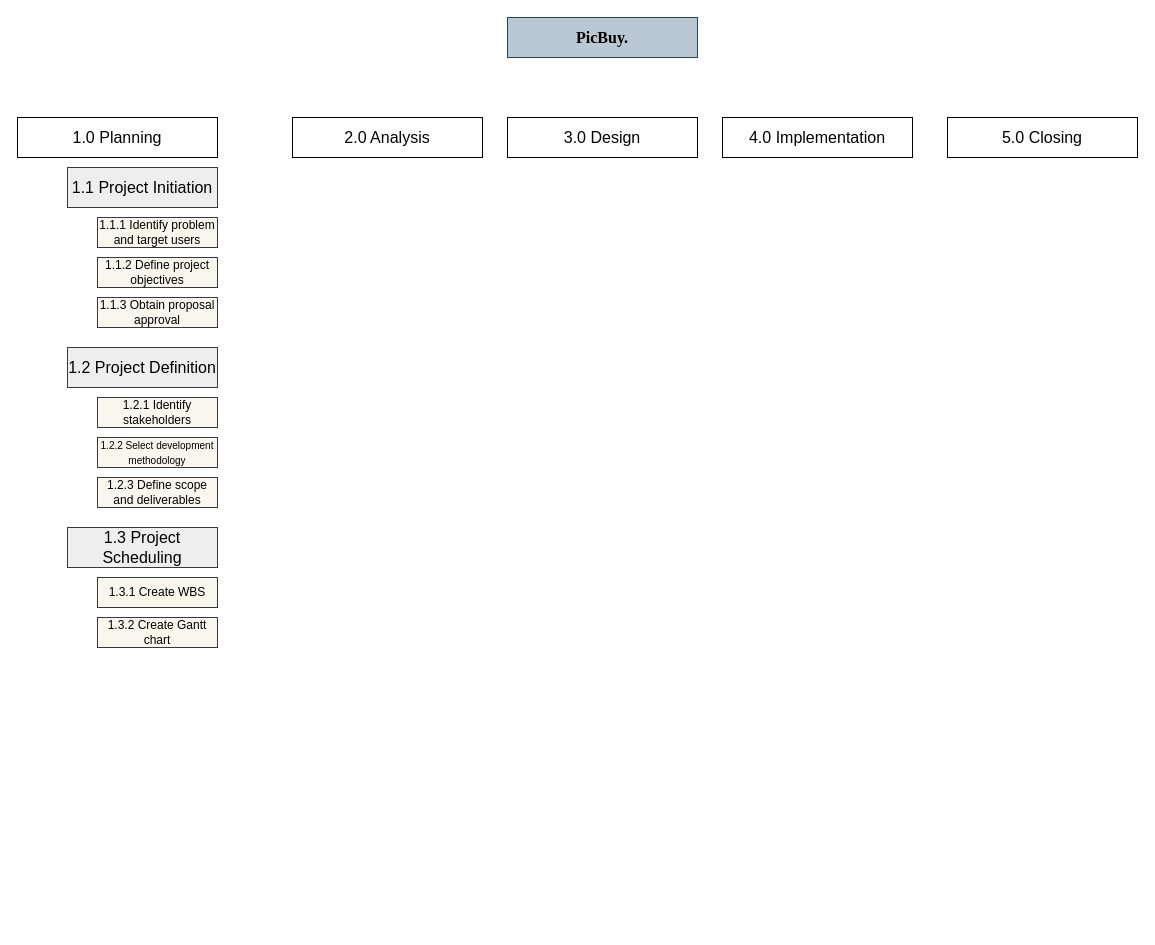
The draw.io diagram GP1-WBS.drawio in Ameerarmh/PicBuy, before the edit. Source tidied: cells renumbered, new cells numbered last; positions are measured from the earlier drawing's top-left corner, leaving out a move shared by most shapes. Both pictures are drawn from the tidied source at 100%, with x=0, y=0 at pixel (17, 17).
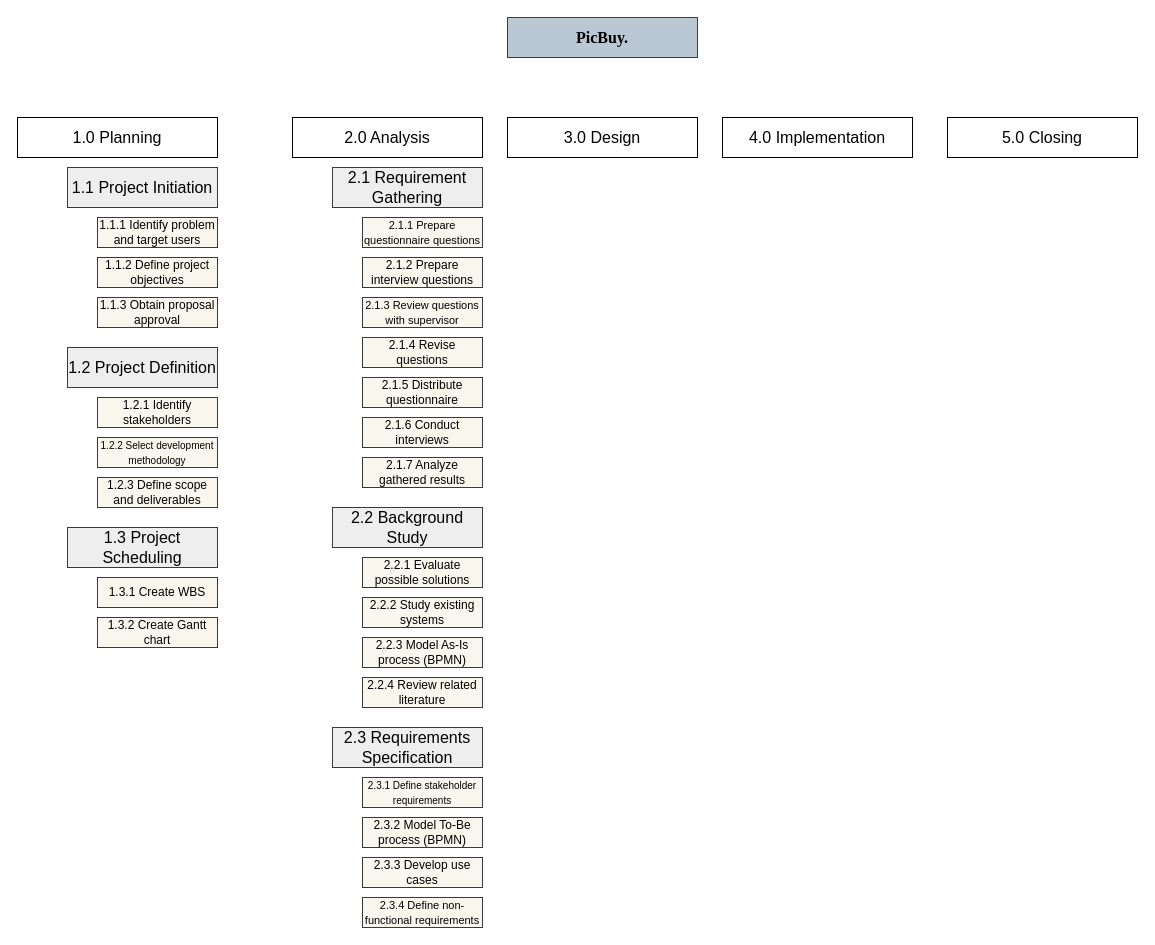
The same page after the edit.

What changed in the source:
```diff
@@
+    <mxCell id="19" value="&lt;span style=&quot;font-size: medium; text-align: start;&quot;&gt;2.2 Background Study&lt;/span&gt;" style="rounded=0;whiteSpace=wrap;html=1;fillColor=#eeeeee;strokeColor=#36393d;" parent="1" vertex="1">
+      <mxGeometry x="315" y="490" width="150" height="40" as="geometry" />
+    </mxCell>
+    <mxCell id="20" value="&lt;span style=&quot;font-size: medium; text-align: start;&quot;&gt;2.3 Requirements Specification&lt;/span&gt;" style="rounded=0;whiteSpace=wrap;html=1;fillColor=#eeeeee;strokeColor=#36393d;" parent="1" vertex="1">
+      <mxGeometry x="315" y="710" width="150" height="40" as="geometry" />
+    </mxCell>
+    <mxCell id="21" value="&lt;span style=&quot;font-size: medium; text-align: start;&quot;&gt;2.1 Requirement Gathering&lt;/span&gt;" style="rounded=0;whiteSpace=wrap;html=1;fillColor=#eeeeee;strokeColor=#36393d;" parent="1" vertex="1">
+      <mxGeometry x="315" y="150" width="150" height="40" as="geometry" />
+    </mxCell>
+    <mxCell id="22" value="&lt;span style=&quot;text-align: start;&quot;&gt;&lt;font&gt;2.1.7 Analyze gathered results&lt;/font&gt;&lt;/span&gt;" style="rounded=0;whiteSpace=wrap;html=1;fillColor=#f9f7ed;strokeColor=#36393d;" parent="1" vertex="1">
+      <mxGeometry x="345" y="440" width="120" height="30" as="geometry" />
+    </mxCell>
+    <mxCell id="23" value="&lt;span style=&quot;text-align: start;&quot;&gt;&lt;font&gt;2.1.6 Conduct interviews&lt;/font&gt;&lt;/span&gt;" style="rounded=0;whiteSpace=wrap;html=1;fillColor=#f9f7ed;strokeColor=#36393d;" parent="1" vertex="1">
+      <mxGeometry x="345" y="400" width="120" height="30" as="geometry" />
+    </mxCell>
+    <mxCell id="24" value="&lt;span style=&quot;text-align: start;&quot;&gt;&lt;font&gt;2.1.5 Distribute questionnaire&lt;/font&gt;&lt;/span&gt;" style="rounded=0;whiteSpace=wrap;html=1;fillColor=#f9f7ed;strokeColor=#36393d;" parent="1" vertex="1">
+      <mxGeometry x="345" y="360" width="120" height="30" as="geometry" />
+    </mxCell>
+    <mxCell id="25" value="&lt;span style=&quot;text-align: start;&quot;&gt;&lt;font&gt;2.1.4 Revise questions&lt;/font&gt;&lt;/span&gt;" style="rounded=0;whiteSpace=wrap;html=1;fillColor=#f9f7ed;strokeColor=#36393d;" parent="1" vertex="1">
+      <mxGeometry x="345" y="320" width="120" height="30" as="geometry" />
+    </mxCell>
+    <mxCell id="26" value="&lt;span style=&quot;text-align: start;&quot;&gt;&lt;font style=&quot;font-size: 11px;&quot;&gt;2.1.3 Review questions with supervisor&lt;/font&gt;&lt;/span&gt;" style="rounded=0;whiteSpace=wrap;html=1;fillColor=#f9f7ed;strokeColor=#36393d;" parent="1" vertex="1">
+      <mxGeometry x="345" y="280" width="120" height="30" as="geometry" />
+    </mxCell>
+    <mxCell id="27" value="&lt;span style=&quot;text-align: start;&quot;&gt;&lt;font&gt;2.1.2 Prepare interview questions&lt;/font&gt;&lt;/span&gt;" style="rounded=0;whiteSpace=wrap;html=1;fillColor=#f9f7ed;strokeColor=#36393d;" parent="1" vertex="1">
+      <mxGeometry x="345" y="240" width="120" height="30" as="geometry" />
+    </mxCell>
+    <mxCell id="28" value="&lt;span style=&quot;text-align: start;&quot;&gt;&lt;font style=&quot;font-size: 11px;&quot;&gt;2.1.1 Prepare questionnaire questions&lt;/font&gt;&lt;/span&gt;" style="rounded=0;whiteSpace=wrap;html=1;fillColor=#f9f7ed;strokeColor=#36393d;" parent="1" vertex="1">
+      <mxGeometry x="345" y="200" width="120" height="30" as="geometry" />
+    </mxCell>
+    <mxCell id="29" value="&lt;span style=&quot;text-align: start;&quot;&gt;&lt;font&gt;2.2.4 Review related literature&lt;/font&gt;&lt;/span&gt;" style="rounded=0;whiteSpace=wrap;html=1;fillColor=#f9f7ed;strokeColor=#36393d;" parent="1" vertex="1">
+      <mxGeometry x="345" y="660" width="120" height="30" as="geometry" />
+    </mxCell>
+    <mxCell id="30" value="&lt;span style=&quot;text-align: start;&quot;&gt;&lt;font&gt;2.2.3 Model As-Is process (BPMN)&lt;/font&gt;&lt;/span&gt;" style="rounded=0;whiteSpace=wrap;html=1;fillColor=#f9f7ed;strokeColor=#36393d;" parent="1" vertex="1">
+      <mxGeometry x="345" y="620" width="120" height="30" as="geometry" />
+    </mxCell>
+    <mxCell id="31" value="&lt;span style=&quot;text-align: start;&quot;&gt;&lt;font&gt;2.2.2 Study existing systems&lt;/font&gt;&lt;/span&gt;" style="rounded=0;whiteSpace=wrap;html=1;fillColor=#f9f7ed;strokeColor=#36393d;" parent="1" vertex="1">
+      <mxGeometry x="345" y="580" width="120" height="30" as="geometry" />
+    </mxCell>
+    <mxCell id="32" value="&lt;span style=&quot;text-align: start;&quot;&gt;&lt;font&gt;2.2.1 Evaluate possible solutions&lt;/font&gt;&lt;/span&gt;" style="rounded=0;whiteSpace=wrap;html=1;fillColor=#f9f7ed;strokeColor=#36393d;" parent="1" vertex="1">
+      <mxGeometry x="345" y="540" width="120" height="30" as="geometry" />
+    </mxCell>
+    <mxCell id="33" value="&lt;span style=&quot;text-align: start;&quot;&gt;&lt;font style=&quot;font-size: 11px;&quot;&gt;2.3.4 Define non-functional requirements&lt;/font&gt;&lt;/span&gt;" style="rounded=0;whiteSpace=wrap;html=1;fillColor=#f9f7ed;strokeColor=#36393d;" parent="1" vertex="1">
+      <mxGeometry x="345" y="880" width="120" height="30" as="geometry" />
+    </mxCell>
+    <mxCell id="34" value="&lt;span style=&quot;text-align: start;&quot;&gt;&lt;font&gt;2.3.3 Develop use cases&lt;/font&gt;&lt;/span&gt;" style="rounded=0;whiteSpace=wrap;html=1;fillColor=#f9f7ed;strokeColor=#36393d;" parent="1" vertex="1">
+      <mxGeometry x="345" y="840" width="120" height="30" as="geometry" />
+    </mxCell>
+    <mxCell id="35" value="&lt;span style=&quot;text-align: start;&quot;&gt;&lt;font&gt;2.3.2 Model To-Be process (BPMN)&lt;/font&gt;&lt;/span&gt;" style="rounded=0;whiteSpace=wrap;html=1;fillColor=#f9f7ed;strokeColor=#36393d;" parent="1" vertex="1">
+      <mxGeometry x="345" y="800" width="120" height="30" as="geometry" />
+    </mxCell>
+    <mxCell id="36" value="&lt;span style=&quot;text-align: start;&quot;&gt;&lt;font style=&quot;font-size: 10px;&quot;&gt;2.3.1 Define stakeholder requirements&lt;/font&gt;&lt;/span&gt;" style="rounded=0;whiteSpace=wrap;html=1;fillColor=#f9f7ed;strokeColor=#36393d;" parent="1" vertex="1">
+      <mxGeometry x="345" y="760" width="120" height="30" as="geometry" />
+    </mxCell>
```
